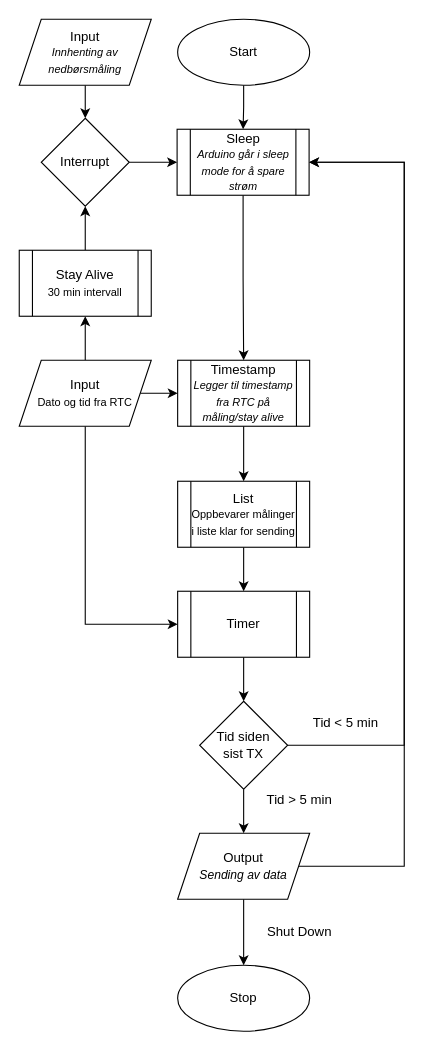
Above: skisseArduinoSender.drawio in ring-jostein/rainSensorNetwork (draw.io), before the change. Source tidied: cells renumbered, new cells numbered last; positions are measured from the earlier drawing's top-left corner, leaving out a move shared by most shapes. Both pictures are drawn from the tidied source at 110%, with x=0, y=0 at pixel (19, 19).
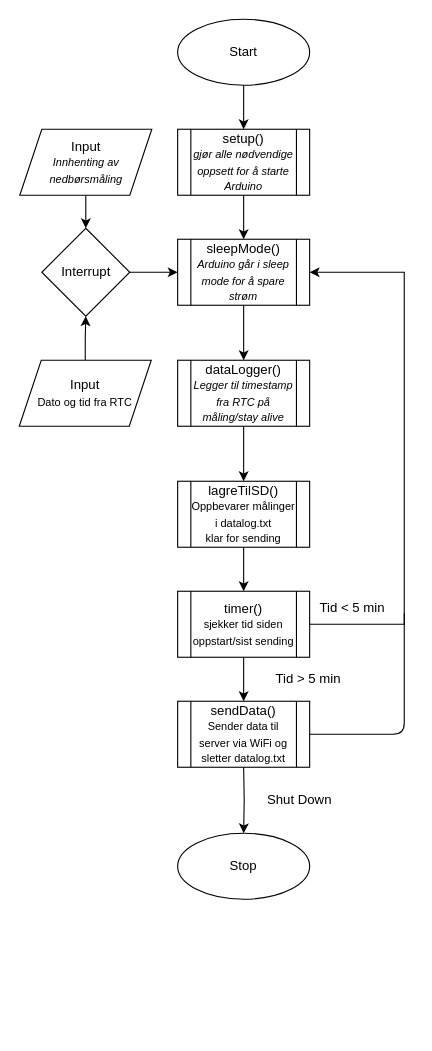
Above is the later version.

Unchanged cells that the change refers to:
```xml
<mxCell id="3" value="Start" style="ellipse;whiteSpace=wrap;html=1;" parent="1" vertex="1">
  <mxGeometry x="144" width="120" height="60" as="geometry" />
</mxCell>
<mxCell id="19" value="Input&lt;br style=&quot;font-size: 10px&quot;&gt;&lt;font size=&quot;1&quot;&gt;Dato og tid fra RTC&lt;/font&gt;" style="shape=parallelogram;perimeter=parallelogramPerimeter;whiteSpace=wrap;html=1;fixedSize=1;" parent="1" vertex="1">
  <mxGeometry y="310" width="120" height="60" as="geometry" />
</mxCell>
```

Diff of the diagram source:
```diff
@@
-    <mxCell id="2" style="edgeStyle=orthogonalEdgeStyle;rounded=0;jettySize=auto;html=1;" parent="1" edge="1" source="3" target="15">
-      <mxGeometry relative="1" as="geometry" />
-    </mxCell>
@@
     <mxCell id="4" value="Stop" style="ellipse;whiteSpace=wrap;html=1;" parent="1" vertex="1">
-      <mxGeometry x="144" y="860" width="120" height="60" as="geometry" />
+      <mxGeometry x="144" y="740" width="120" height="60" as="geometry" />
     </mxCell>
-    <mxCell id="5" style="edgeStyle=orthogonalEdgeStyle;rounded=0;jettySize=auto;html=1;entryX=1;entryY=0.5;entryDx=0;entryDy=0;" parent="1" edge="1" source="7" target="15">
-      <mxGeometry relative="1" as="geometry">
-        <Array as="points">
-          <mxPoint x="350" y="770" />
-          <mxPoint x="350" y="130" />
-        </Array>
-      </mxGeometry>
-    </mxCell>
-    <mxCell id="6" style="edgeStyle=orthogonalEdgeStyle;rounded=0;jettySize=auto;html=1;" parent="1" edge="1" source="7" target="4">
-      <mxGeometry relative="1" as="geometry" />
+    <mxCell id="6" style="edgeStyle=orthogonalEdgeStyle;rounded=0;jettySize=auto;html=1;" parent="1" edge="1" target="4">
+      <mxGeometry relative="1" as="geometry">
+        <mxPoint x="204" y="680" as="sourcePoint" />
+      </mxGeometry>
     </mxCell>
-    <mxCell id="7" value="Output&lt;br&gt;&lt;i&gt;&lt;font style=&quot;font-size: 11px&quot;&gt;Sending av data&lt;/font&gt;&lt;/i&gt;" style="shape=parallelogram;perimeter=parallelogramPerimeter;whiteSpace=wrap;html=1;fixedSize=1;" parent="1" vertex="1">
-      <mxGeometry x="144" y="740" width="120" height="60" as="geometry" />
-    </mxCell>
@@
-    <mxCell id="9" value="Timestamp&lt;br style=&quot;font-size: 10px&quot;&gt;&lt;font size=&quot;1&quot;&gt;&lt;i&gt;Legger til timestamp fra RTC på måling/stay alive&lt;/i&gt;&lt;/font&gt;" style="shape=process;whiteSpace=wrap;html=1;backgroundOutline=1;" parent="1" vertex="1">
+    <mxCell id="9" value="dataLogger()&lt;br style=&quot;font-size: 10px&quot;&gt;&lt;font size=&quot;1&quot;&gt;&lt;i&gt;Legger til timestamp fra RTC på måling/stay alive&lt;/i&gt;&lt;/font&gt;" style="shape=process;whiteSpace=wrap;html=1;backgroundOutline=1;" parent="1" vertex="1">
       <mxGeometry x="144" y="310" width="120" height="60" as="geometry" />
     </mxCell>
@@
-    <mxCell id="11" value="List&lt;br style=&quot;font-size: 10px&quot;&gt;&lt;font size=&quot;1&quot;&gt;Oppbevarer målinger i liste klar for sending&lt;/font&gt;" style="shape=process;whiteSpace=wrap;html=1;backgroundOutline=1;" parent="1" vertex="1">
+    <mxCell id="11" value="lagreTilSD()&lt;br style=&quot;font-size: 10px&quot;&gt;&lt;font size=&quot;1&quot;&gt;Oppbevarer målinger i datalog.txt&lt;br&gt;klar for sending&lt;br&gt;&lt;/font&gt;" style="shape=process;whiteSpace=wrap;html=1;backgroundOutline=1;" parent="1" vertex="1">
       <mxGeometry x="144" y="420" width="120" height="60" as="geometry" />
     </mxCell>
@@
     <mxCell id="13" value="Input&lt;br&gt;&lt;i&gt;&lt;font style=&quot;font-size: 10px&quot;&gt;Innhenting av nedbørsmåling&lt;/font&gt;&lt;/i&gt;" style="shape=parallelogram;perimeter=parallelogramPerimeter;whiteSpace=wrap;html=1;fixedSize=1;" parent="1" vertex="1">
-      <mxGeometry width="120" height="60" as="geometry" />
+      <mxGeometry x="0.5" y="100" width="120" height="60" as="geometry" />
     </mxCell>
@@
-    <mxCell id="15" value="&lt;span&gt;Sleep&lt;/span&gt;&lt;br&gt;&lt;i&gt;&lt;font style=&quot;font-size: 10px&quot;&gt;Arduino går i sleep mode for å spare strøm&lt;/font&gt;&lt;/i&gt;" style="shape=process;whiteSpace=wrap;html=1;backgroundOutline=1;" parent="1" vertex="1">
-      <mxGeometry x="143.5" y="100" width="120" height="60" as="geometry" />
+    <mxCell id="15" value="&lt;span&gt;sleepMode()&lt;/span&gt;&lt;br&gt;&lt;i&gt;&lt;font style=&quot;font-size: 10px&quot;&gt;Arduino går i sleep mode for å spare strøm&lt;/font&gt;&lt;/i&gt;" style="shape=process;whiteSpace=wrap;html=1;backgroundOutline=1;" parent="1" vertex="1">
+      <mxGeometry x="144" y="200" width="120" height="60" as="geometry" />
     </mxCell>
-    <mxCell id="16" style="edgeStyle=orthogonalEdgeStyle;rounded=0;jettySize=auto;html=1;" parent="1" edge="1" source="19" target="9">
-      <mxGeometry relative="1" as="geometry" />
-    </mxCell>
-    <mxCell id="17" style="edgeStyle=orthogonalEdgeStyle;rounded=0;jettySize=auto;html=1;entryX=0;entryY=0.5;entryDx=0;entryDy=0;" parent="1" edge="1" source="19" target="23">
-      <mxGeometry relative="1" as="geometry">
-        <Array as="points">
-          <mxPoint x="60" y="550" />
-        </Array>
-      </mxGeometry>
-    </mxCell>
-    <mxCell id="18" style="edgeStyle=orthogonalEdgeStyle;rounded=0;jettySize=auto;html=1;" parent="1" edge="1" source="19" target="31">
+    <mxCell id="18" style="edgeStyle=orthogonalEdgeStyle;rounded=0;jettySize=auto;html=1;entryX=0.5;entryY=1;entryDx=0;entryDy=0;" parent="1" edge="1" source="19" target="21">
       <mxGeometry relative="1" as="geometry" />
     </mxCell>
@@
-    <mxCell id="20" style="edgeStyle=orthogonalEdgeStyle;rounded=0;jettySize=auto;html=1;" parent="1" edge="1" source="21" target="15">
-      <mxGeometry relative="1" as="geometry" />
+    <mxCell id="20" style="edgeStyle=orthogonalEdgeStyle;rounded=0;jettySize=auto;html=1;" parent="1" edge="1" source="21">
+      <mxGeometry relative="1" as="geometry">
+        <mxPoint x="144" y="230" as="targetPoint" />
+      </mxGeometry>
     </mxCell>
     <mxCell id="21" value="Interrupt" style="rhombus;whiteSpace=wrap;html=1;" parent="1" vertex="1">
-      <mxGeometry x="20" y="90" width="80" height="80" as="geometry" />
+      <mxGeometry x="20.5" y="190" width="80" height="80" as="geometry" />
     </mxCell>
-    <mxCell id="22" style="edgeStyle=orthogonalEdgeStyle;rounded=0;jettySize=auto;html=1;" parent="1" edge="1" source="23" target="26">
-      <mxGeometry relative="1" as="geometry" />
+    <mxCell id="22" style="edgeStyle=orthogonalEdgeStyle;rounded=0;jettySize=auto;html=1;" parent="1" edge="1" source="23">
+      <mxGeometry relative="1" as="geometry">
+        <mxPoint x="204" y="620" as="targetPoint" />
+      </mxGeometry>
     </mxCell>
-    <mxCell id="23" value="Timer" style="shape=process;whiteSpace=wrap;html=1;backgroundOutline=1;" parent="1" vertex="1">
+    <mxCell id="23" value="timer()&lt;br style=&quot;font-size: 10px&quot;&gt;&lt;font size=&quot;1&quot;&gt;sjekker tid siden oppstart/sist sending&lt;/font&gt;" style="shape=process;whiteSpace=wrap;html=1;backgroundOutline=1;" parent="1" vertex="1">
       <mxGeometry x="144" y="520" width="120" height="60" as="geometry" />
     </mxCell>
-    <mxCell id="24" style="edgeStyle=orthogonalEdgeStyle;rounded=0;jettySize=auto;html=1;" parent="1" edge="1" source="26" target="7">
-      <mxGeometry relative="1" as="geometry" />
-    </mxCell>
-    <mxCell id="25" style="edgeStyle=orthogonalEdgeStyle;rounded=0;jettySize=auto;html=1;entryX=1;entryY=0.5;entryDx=0;entryDy=0;" parent="1" edge="1" source="26" target="15">
-      <mxGeometry relative="1" as="geometry">
-        <Array as="points">
-          <mxPoint x="350" y="660" />
-          <mxPoint x="350" y="130" />
-        </Array>
-      </mxGeometry>
-    </mxCell>
-    <mxCell id="26" value="Tid siden&lt;br&gt;sist TX" style="rhombus;whiteSpace=wrap;html=1;" parent="1" vertex="1">
-      <mxGeometry x="164" y="620" width="80" height="80" as="geometry" />
-    </mxCell>
     <mxCell id="27" value="Tid &amp;gt; 5 min" style="text;html=1;strokeColor=none;fillColor=none;align=center;verticalAlign=middle;whiteSpace=wrap;rounded=0;" parent="1" vertex="1">
-      <mxGeometry x="222" y="700" width="66" height="20" as="geometry" />
+      <mxGeometry x="230" y="590" width="66" height="20" as="geometry" />
     </mxCell>
     <mxCell id="28" value="Shut Down" style="text;html=1;strokeColor=none;fillColor=none;align=center;verticalAlign=middle;whiteSpace=wrap;rounded=0;" parent="1" vertex="1">
-      <mxGeometry x="220" y="820" width="70" height="20" as="geometry" />
+      <mxGeometry x="220" y="700" width="70" height="20" as="geometry" />
     </mxCell>
     <mxCell id="29" value="Tid &amp;lt; 5 min" style="text;html=1;strokeColor=none;fillColor=none;align=center;verticalAlign=middle;whiteSpace=wrap;rounded=0;" parent="1" vertex="1">
-      <mxGeometry x="263.5" y="630" width="66" height="20" as="geometry" />
+      <mxGeometry x="270" y="525" width="66" height="20" as="geometry" />
     </mxCell>
-    <mxCell id="30" style="edgeStyle=orthogonalEdgeStyle;rounded=0;jettySize=auto;html=1;" parent="1" edge="1" source="31" target="21">
-      <mxGeometry relative="1" as="geometry" />
-    </mxCell>
-    <mxCell id="31" value="Stay Alive&lt;br style=&quot;font-size: 10px&quot;&gt;&lt;font size=&quot;1&quot;&gt;30 min intervall&lt;/font&gt;" style="shape=process;whiteSpace=wrap;html=1;backgroundOutline=1;" parent="1" vertex="1">
-      <mxGeometry y="210" width="120" height="60" as="geometry" />
-    </mxCell>
+    <mxCell id="32" value="sendData()&lt;br style=&quot;font-size: 10px&quot;&gt;&lt;font size=&quot;1&quot;&gt;Sender data til server via WiFi og sletter datalog.txt&lt;br&gt;&lt;/font&gt;" style="shape=process;whiteSpace=wrap;html=1;backgroundOutline=1;" parent="1" vertex="1">
+      <mxGeometry x="144" y="620" width="120" height="60" as="geometry" />
+    </mxCell>
+    <mxCell id="33" style="edgeStyle=orthogonalEdgeStyle;rounded=0;jettySize=auto;html=1;exitX=1;exitY=0.5;exitDx=0;exitDy=0;entryX=1;entryY=0.5;entryDx=0;entryDy=0;" parent="1" edge="1" source="23" target="15">
+      <mxGeometry relative="1" as="geometry">
+        <Array as="points">
+          <mxPoint x="350" y="550" />
+          <mxPoint x="350" y="230" />
+        </Array>
+      </mxGeometry>
+    </mxCell>
+    <mxCell id="34" style="endArrow=none;html=1;exitX=1;exitY=0.5;exitDx=0;exitDy=0;" parent="1" edge="1" source="32">
+      <mxGeometry relative="1" as="geometry">
+        <mxPoint x="350" y="540" as="targetPoint" />
+        <Array as="points">
+          <mxPoint x="350" y="650" />
+        </Array>
+      </mxGeometry>
+    </mxCell>
+    <mxCell id="35" value="&lt;span style=&quot;color: rgb(0 , 0 , 0) ; font-family: &amp;#34;helvetica&amp;#34; ; font-size: 12px ; font-style: normal ; font-weight: 400 ; letter-spacing: normal ; text-align: center ; text-indent: 0px ; text-transform: none ; word-spacing: 0px ; background-color: rgb(248 , 249 , 250)&quot;&gt;setup()&lt;/span&gt;&lt;br style=&quot;color: rgb(0 , 0 , 0) ; font-family: &amp;#34;helvetica&amp;#34; ; font-size: 12px ; font-style: normal ; font-weight: 400 ; letter-spacing: normal ; text-align: center ; text-indent: 0px ; text-transform: none ; word-spacing: 0px ; background-color: rgb(248 , 249 , 250)&quot;&gt;&lt;font face=&quot;helvetica&quot;&gt;&lt;span style=&quot;font-size: 10px&quot;&gt;&lt;i&gt;gjør alle nødvendige oppsett for å starte Arduino&lt;br&gt;&lt;/i&gt;&lt;/span&gt;&lt;/font&gt;" style="shape=process;whiteSpace=wrap;html=1;backgroundOutline=1;" parent="1" vertex="1">
+      <mxGeometry x="144" y="100" width="120" height="60" as="geometry" />
+    </mxCell>
+    <mxCell id="36" style="endArrow=classic;html=1;exitX=0.5;exitY=1;exitDx=0;exitDy=0;entryX=0.5;entryY=0;entryDx=0;entryDy=0;" parent="1" edge="1" source="3" target="35">
+      <mxGeometry relative="1" as="geometry" />
+    </mxCell>
+    <mxCell id="37" style="endArrow=classic;html=1;exitX=0.5;exitY=1;exitDx=0;exitDy=0;entryX=0.5;entryY=0;entryDx=0;entryDy=0;" parent="1" edge="1" source="35" target="15">
+      <mxGeometry relative="1" as="geometry" />
+    </mxCell>
```
